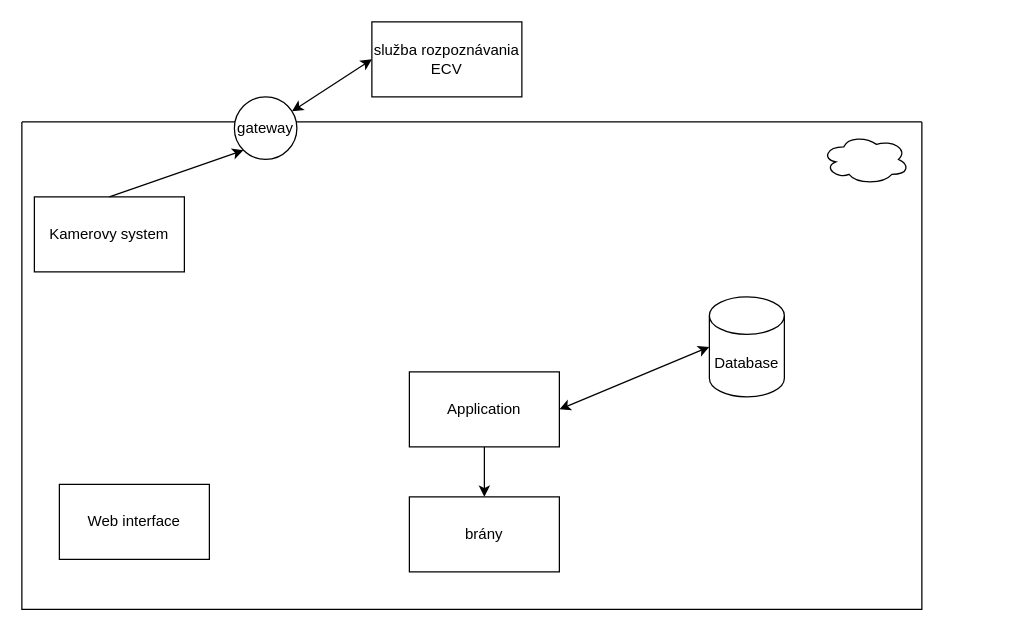
Earlier version of the draw.io diagram Untitled Diagram.drawio (artem8906/kamene). Source tidied: cells renumbered, new cells numbered last; positions are measured from the earlier drawing's top-left corner, leaving out a move shared by most shapes. Both pictures are drawn from the tidied source at 125%, with x=0, y=0 at pixel (21, 21).
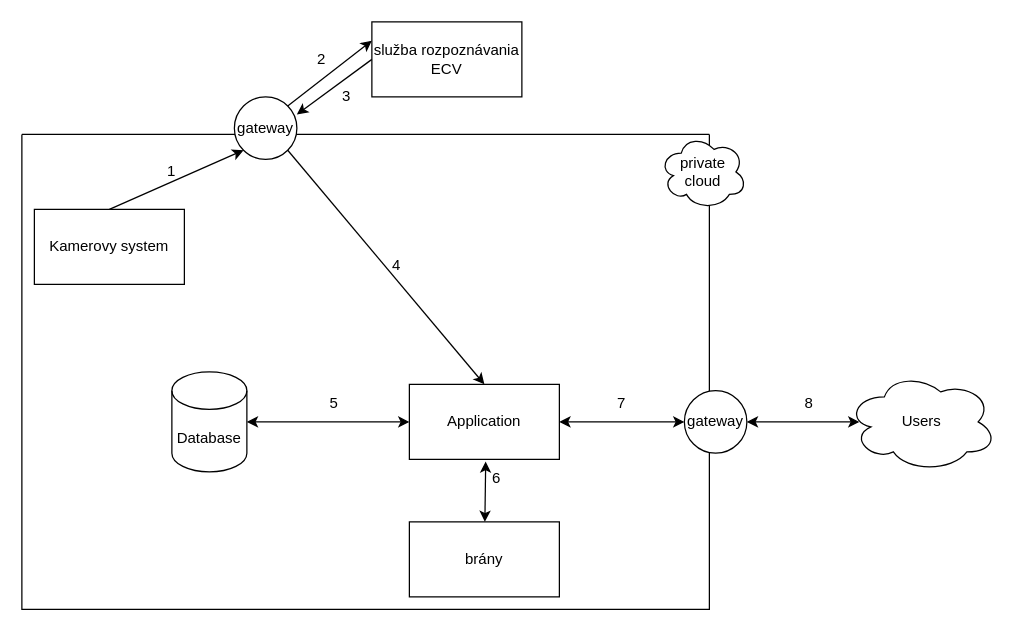
The same page after the edit.

The change refers to these unchanged cells:
```xml
<mxCell id="4" value="služba rozpoznávania ECV" style="rounded=0;whiteSpace=wrap;html=1;" parent="1" vertex="1">
  <mxGeometry x="280" width="120" height="60" as="geometry" />
</mxCell>
<mxCell id="9" value="Kamerovy system" style="rounded=0;whiteSpace=wrap;html=1;" parent="7" vertex="1">
  <mxGeometry x="10" y="60" width="120" height="60" as="geometry" />
</mxCell>
<mxCell id="10" value="Application" style="rounded=0;whiteSpace=wrap;html=1;" parent="7" vertex="1">
  <mxGeometry x="310" y="200" width="120" height="60" as="geometry" />
</mxCell>
<mxCell id="12" value="gateway&lt;br&gt;" style="ellipse;whiteSpace=wrap;html=1;" parent="1" vertex="1">
  <mxGeometry x="170" y="60" width="50" height="50" as="geometry" />
</mxCell>
```

The edit, as a diff of the source:
```diff
@@
-    <mxCell id="2" value="Database" style="shape=cylinder3;whiteSpace=wrap;html=1;boundedLbl=1;backgroundOutline=1;size=15;" parent="1" vertex="1">
-      <mxGeometry x="550" y="220" width="60" height="80" as="geometry" />
-    </mxCell>
-    <mxCell id="3" style="endArrow=classic;startArrow=classic;html=1;rounded=0;entryX=0;entryY=0.5;entryDx=0;entryDy=0;entryPerimeter=0;exitX=1;exitY=0.5;exitDx=0;exitDy=0;" parent="1" edge="1" source="10" target="2">
-      <mxGeometry relative="1" as="geometry" />
-    </mxCell>
@@
-    <mxCell id="5" value="brány" style="rounded=0;whiteSpace=wrap;html=1;" parent="1" vertex="1">
-      <mxGeometry x="310" y="380" width="120" height="60" as="geometry" />
-    </mxCell>
-    <mxCell id="6" style="endArrow=classic;html=1;rounded=0;exitX=0.5;exitY=1;exitDx=0;exitDy=0;entryX=0.5;entryY=0;entryDx=0;entryDy=0;" parent="1" edge="1" source="10" target="5">
-      <mxGeometry relative="1" as="geometry" />
-    </mxCell>
     <mxCell id="7" style="swimlane;startSize=0;" parent="1" vertex="1">
-      <mxGeometry y="80" width="720" height="390" as="geometry" />
+      <mxGeometry y="90" width="550" height="380" as="geometry" />
     </mxCell>
-    <mxCell id="8" style="ellipse;shape=cloud;whiteSpace=wrap;html=1;" parent="7" vertex="1">
-      <mxGeometry x="640" y="10" width="70" height="40" as="geometry" />
-    </mxCell>
@@
-    <mxCell id="11" value="Web interface" style="rounded=0;whiteSpace=wrap;html=1;" parent="7" vertex="1">
-      <mxGeometry x="30" y="290" width="120" height="60" as="geometry" />
-    </mxCell>
+    <mxCell id="15" value="1" style="text;html=1;strokeColor=none;fillColor=none;align=center;verticalAlign=middle;whiteSpace=wrap;rounded=0;" parent="7" vertex="1">
+      <mxGeometry x="90" y="15" width="60" height="30" as="geometry" />
+    </mxCell>
+    <mxCell id="16" value="4" style="text;html=1;strokeColor=none;fillColor=none;align=center;verticalAlign=middle;whiteSpace=wrap;rounded=0;" parent="7" vertex="1">
+      <mxGeometry x="270" y="90" width="60" height="30" as="geometry" />
+    </mxCell>
+    <mxCell id="17" value="5" style="text;html=1;strokeColor=none;fillColor=none;align=center;verticalAlign=middle;whiteSpace=wrap;rounded=0;" parent="7" vertex="1">
+      <mxGeometry x="220" y="200" width="60" height="30" as="geometry" />
+    </mxCell>
+    <mxCell id="18" value="6" style="text;html=1;strokeColor=none;fillColor=none;align=center;verticalAlign=middle;whiteSpace=wrap;rounded=0;" parent="7" vertex="1">
+      <mxGeometry x="350" y="260" width="60" height="30" as="geometry" />
+    </mxCell>
+    <mxCell id="2" value="Database" style="shape=cylinder3;whiteSpace=wrap;html=1;boundedLbl=1;backgroundOutline=1;size=15;" parent="7" vertex="1">
+      <mxGeometry x="120" y="190" width="60" height="80" as="geometry" />
+    </mxCell>
+    <mxCell id="19" style="endArrow=classic;startArrow=classic;html=1;rounded=0;exitX=1;exitY=0.5;exitDx=0;exitDy=0;exitPerimeter=0;entryX=0;entryY=0.5;entryDx=0;entryDy=0;" parent="7" edge="1" source="2" target="10">
+      <mxGeometry relative="1" as="geometry" />
+    </mxCell>
+    <mxCell id="5" value="brány" style="rounded=0;whiteSpace=wrap;html=1;" parent="7" vertex="1">
+      <mxGeometry x="310" y="310" width="120" height="60" as="geometry" />
+    </mxCell>
+    <mxCell id="20" value="7" style="text;html=1;strokeColor=none;fillColor=none;align=center;verticalAlign=middle;whiteSpace=wrap;rounded=0;" parent="7" vertex="1">
+      <mxGeometry x="450" y="200" width="60" height="30" as="geometry" />
+    </mxCell>
+    <mxCell id="21" style="endArrow=classic;startArrow=classic;html=1;rounded=0;entryX=0.351;entryY=0.057;entryDx=0;entryDy=0;entryPerimeter=0;" parent="7" edge="1" source="5" target="18">
+      <mxGeometry relative="1" as="geometry" />
+    </mxCell>
@@
+    <mxCell id="14" style="endArrow=classic;html=1;rounded=0;exitX=0.5;exitY=0;exitDx=0;exitDy=0;entryX=0;entryY=1;entryDx=0;entryDy=0;" parent="1" edge="1" source="9" target="12">
+      <mxGeometry relative="1" as="geometry" />
+    </mxCell>
-    <mxCell id="13" style="endArrow=classic;startArrow=classic;html=1;rounded=0;entryX=0;entryY=0.5;entryDx=0;entryDy=0;" parent="1" edge="1" source="12" target="4">
+    <mxCell id="13" style="endArrow=classic;html=1;rounded=0;entryX=0;entryY=0.25;entryDx=0;entryDy=0;exitX=1;exitY=0;exitDx=0;exitDy=0;" parent="1" edge="1" source="12" target="4">
       <mxGeometry relative="1" as="geometry" />
     </mxCell>
-    <mxCell id="14" style="endArrow=classic;html=1;rounded=0;exitX=0.5;exitY=0;exitDx=0;exitDy=0;entryX=0;entryY=1;entryDx=0;entryDy=0;" parent="1" edge="1" source="9" target="12">
-      <mxGeometry relative="1" as="geometry" />
-    </mxCell>
+    <mxCell id="22" style="endArrow=classic;html=1;rounded=0;entryX=1;entryY=0.28;entryDx=0;entryDy=0;entryPerimeter=0;exitX=0;exitY=0.5;exitDx=0;exitDy=0;" parent="1" edge="1" source="4" target="12">
+      <mxGeometry relative="1" as="geometry" />
+    </mxCell>
+    <mxCell id="23" value="2" style="text;html=1;strokeColor=none;fillColor=none;align=center;verticalAlign=middle;whiteSpace=wrap;rounded=0;" parent="1" vertex="1">
+      <mxGeometry x="210" y="15" width="60" height="30" as="geometry" />
+    </mxCell>
+    <mxCell id="24" value="3" style="text;html=1;strokeColor=none;fillColor=none;align=center;verticalAlign=middle;whiteSpace=wrap;rounded=0;" parent="1" vertex="1">
+      <mxGeometry x="230" y="45" width="60" height="30" as="geometry" />
+    </mxCell>
+    <mxCell id="25" style="endArrow=classic;html=1;rounded=0;exitX=1;exitY=1;exitDx=0;exitDy=0;entryX=0.5;entryY=0;entryDx=0;entryDy=0;" parent="1" edge="1" source="12" target="10">
+      <mxGeometry relative="1" as="geometry" />
+    </mxCell>
+    <mxCell id="26" value="gateway" style="ellipse;whiteSpace=wrap;html=1;" parent="1" vertex="1">
+      <mxGeometry x="530" y="295" width="50" height="50" as="geometry" />
+    </mxCell>
+    <mxCell id="27" style="endArrow=classic;startArrow=classic;html=1;rounded=0;entryX=1;entryY=0.5;entryDx=0;entryDy=0;exitX=0;exitY=0.5;exitDx=0;exitDy=0;" parent="1" edge="1" source="26" target="10">
+      <mxGeometry relative="1" as="geometry" />
+    </mxCell>
+    <mxCell id="8" value="private cloud" style="ellipse;shape=cloud;whiteSpace=wrap;html=1;" parent="1" vertex="1">
+      <mxGeometry x="510" y="90" width="70" height="60" as="geometry" />
+    </mxCell>
+    <mxCell id="28" value="Users" style="ellipse;shape=cloud;whiteSpace=wrap;html=1;" parent="1" vertex="1">
+      <mxGeometry x="660" y="280" width="120" height="80" as="geometry" />
+    </mxCell>
+    <mxCell id="29" style="endArrow=classic;startArrow=classic;html=1;rounded=0;exitX=1;exitY=0.5;exitDx=0;exitDy=0;" parent="1" edge="1" source="26">
+      <mxGeometry relative="1" as="geometry">
+        <mxPoint x="670" y="320" as="targetPoint" />
+      </mxGeometry>
+    </mxCell>
+    <mxCell id="30" value="8" style="text;html=1;strokeColor=none;fillColor=none;align=center;verticalAlign=middle;whiteSpace=wrap;rounded=0;" parent="1" vertex="1">
+      <mxGeometry x="600" y="290" width="60" height="30" as="geometry" />
+    </mxCell>
```
